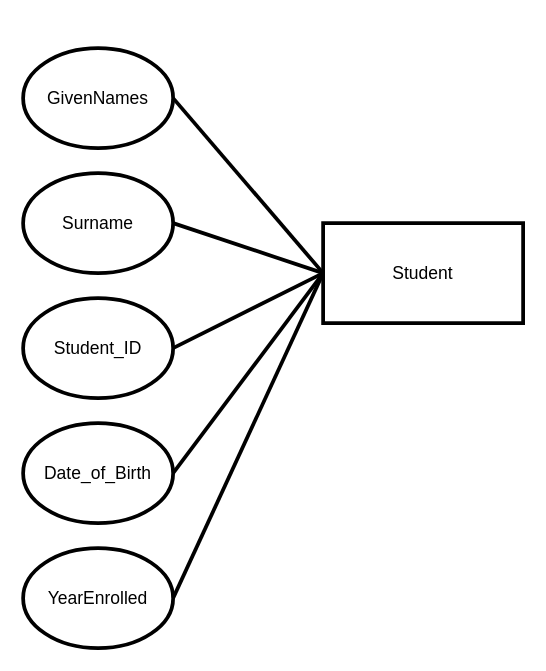
This is Untitled Diagram.drawio from louiscklaw/draw-io-playlist, a draw.io file, before an edit. Source tidied: cells renumbered, new cells numbered last; positions are measured from the earlier drawing's top-left corner, leaving out a move shared by most shapes. Both pictures are drawn from the tidied source at 125%, with x=0, y=0 at pixel (22, 48).
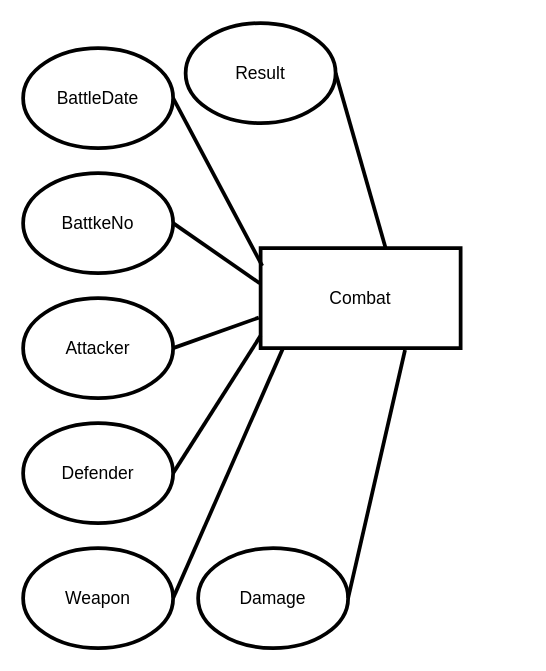
The same page after the edit.

Diff of the diagram source:
```diff
@@
 <mxGraphModel>
   <root>
     <mxCell id="0" />
     <mxCell id="1" parent="0" />
-    <mxCell id="2" value="GivenNames" style="ellipse;whiteSpace=wrap;html=1;fontSize=14;strokeWidth=3;" parent="1" vertex="1">
+    <mxCell id="2" value="BattleDate" style="ellipse;whiteSpace=wrap;html=1;fontSize=14;strokeWidth=3;" parent="1" vertex="1">
       <mxGeometry width="120" height="80" as="geometry" />
     </mxCell>
-    <mxCell id="3" value="Surname" style="ellipse;whiteSpace=wrap;html=1;fontSize=14;strokeWidth=3;" parent="1" vertex="1">
+    <mxCell id="3" value="BattkeNo" style="ellipse;whiteSpace=wrap;html=1;fontSize=14;strokeWidth=3;" parent="1" vertex="1">
       <mxGeometry y="100" width="120" height="80" as="geometry" />
     </mxCell>
-    <mxCell id="4" value="Student_ID" style="ellipse;whiteSpace=wrap;html=1;fontSize=14;strokeWidth=3;" parent="1" vertex="1">
+    <mxCell id="4" value="Attacker" style="ellipse;whiteSpace=wrap;html=1;fontSize=14;strokeWidth=3;" parent="1" vertex="1">
       <mxGeometry y="200" width="120" height="80" as="geometry" />
     </mxCell>
-    <mxCell id="5" value="Date_of_Birth" style="ellipse;whiteSpace=wrap;html=1;fontSize=14;strokeWidth=3;" parent="1" vertex="1">
+    <mxCell id="5" value="Defender" style="ellipse;whiteSpace=wrap;html=1;fontSize=14;strokeWidth=3;" parent="1" vertex="1">
       <mxGeometry y="300" width="120" height="80" as="geometry" />
     </mxCell>
-    <mxCell id="6" value="YearEnrolled" style="ellipse;whiteSpace=wrap;html=1;fontSize=14;strokeWidth=3;" parent="1" vertex="1">
+    <mxCell id="6" value="Weapon" style="ellipse;whiteSpace=wrap;html=1;fontSize=14;strokeWidth=3;" parent="1" vertex="1">
       <mxGeometry y="400" width="120" height="80" as="geometry" />
     </mxCell>
-    <mxCell id="7" value="Student" style="rounded=0;whiteSpace=wrap;html=1;strokeWidth=3;fontSize=14;" parent="1" vertex="1">
-      <mxGeometry x="240" y="140" width="160" height="80" as="geometry" />
+    <mxCell id="7" value="Combat" style="rounded=0;whiteSpace=wrap;html=1;strokeWidth=3;fontSize=14;" parent="1" vertex="1">
+      <mxGeometry x="190" y="160" width="160" height="80" as="geometry" />
     </mxCell>
-    <mxCell id="8" style="endArrow=none;html=1;rounded=0;exitX=1;exitY=0.5;exitDx=0;exitDy=0;entryX=0;entryY=0.5;entryDx=0;entryDy=0;strokeWidth=3;" parent="1" edge="1" source="2" target="7">
-      <mxGeometry relative="1" as="geometry">
-        <Array as="points">
-          <mxPoint x="180" y="110" />
-        </Array>
-      </mxGeometry>
-    </mxCell>
-    <mxCell id="9" style="endArrow=none;html=1;rounded=0;exitX=1;exitY=0.5;exitDx=0;exitDy=0;strokeWidth=3;entryX=0;entryY=0.5;entryDx=0;entryDy=0;" parent="1" edge="1" source="3" target="7">
+    <mxCell id="9" style="endArrow=none;html=1;rounded=0;exitX=1;exitY=0.5;exitDx=0;exitDy=0;strokeWidth=3;entryX=-0.005;entryY=0.351;entryDx=0;entryDy=0;entryPerimeter=0;" parent="1" edge="1" source="3" target="7">
       <mxGeometry relative="1" as="geometry" />
     </mxCell>
-    <mxCell id="10" style="endArrow=none;html=1;rounded=0;exitX=1;exitY=0.5;exitDx=0;exitDy=0;strokeWidth=3;" parent="1" edge="1" source="4">
-      <mxGeometry relative="1" as="geometry">
-        <mxPoint x="240" y="180" as="targetPoint" />
-      </mxGeometry>
+    <mxCell id="10" style="endArrow=none;html=1;rounded=0;exitX=1;exitY=0.5;exitDx=0;exitDy=0;strokeWidth=3;entryX=-0.009;entryY=0.695;entryDx=0;entryDy=0;entryPerimeter=0;" parent="1" edge="1" source="4" target="7">
+      <mxGeometry relative="1" as="geometry" />
     </mxCell>
-    <mxCell id="11" style="endArrow=none;html=1;rounded=0;exitX=1;exitY=0.5;exitDx=0;exitDy=0;strokeWidth=3;entryX=0;entryY=0.5;entryDx=0;entryDy=0;" parent="1" edge="1" source="5" target="7">
+    <mxCell id="11" style="endArrow=none;html=1;rounded=0;exitX=1;exitY=0.5;exitDx=0;exitDy=0;strokeWidth=3;entryX=0;entryY=0.875;entryDx=0;entryDy=0;entryPerimeter=0;" parent="1" edge="1" source="5" target="7">
       <mxGeometry relative="1" as="geometry" />
     </mxCell>
-    <mxCell id="12" style="endArrow=none;html=1;rounded=0;exitX=1;exitY=0.5;exitDx=0;exitDy=0;strokeWidth=3;entryX=0;entryY=0.5;entryDx=0;entryDy=0;" parent="1" edge="1" source="6" target="7">
+    <mxCell id="12" style="endArrow=none;html=1;rounded=0;exitX=1;exitY=0.5;exitDx=0;exitDy=0;strokeWidth=3;entryX=0.11;entryY=1.01;entryDx=0;entryDy=0;entryPerimeter=0;" parent="1" edge="1" source="6" target="7">
       <mxGeometry relative="1" as="geometry" />
     </mxCell>
+    <mxCell id="8" style="endArrow=none;html=1;rounded=0;exitX=1;exitY=0.5;exitDx=0;exitDy=0;strokeWidth=3;entryX=0.008;entryY=0.177;entryDx=0;entryDy=0;entryPerimeter=0;" parent="1" edge="1" source="2" target="7">
+      <mxGeometry relative="1" as="geometry" />
+    </mxCell>
+    <mxCell id="13" value="Result" style="ellipse;whiteSpace=wrap;html=1;fontSize=14;strokeWidth=3;" parent="1" vertex="1">
+      <mxGeometry x="130" y="-20" width="120" height="80" as="geometry" />
+    </mxCell>
+    <mxCell id="14" style="endArrow=none;html=1;rounded=0;exitX=1;exitY=0.5;exitDx=0;exitDy=0;strokeWidth=3;entryX=0.627;entryY=0.014;entryDx=0;entryDy=0;entryPerimeter=0;" parent="1" edge="1" source="13" target="7">
+      <mxGeometry relative="1" as="geometry" />
+    </mxCell>
+    <mxCell id="15" value="Damage" style="ellipse;whiteSpace=wrap;html=1;fontSize=14;strokeWidth=3;" parent="1" vertex="1">
+      <mxGeometry x="140" y="400" width="120" height="80" as="geometry" />
+    </mxCell>
+    <mxCell id="16" style="endArrow=none;html=1;rounded=0;exitX=1;exitY=0.5;exitDx=0;exitDy=0;strokeWidth=3;entryX=0.722;entryY=1.019;entryDx=0;entryDy=0;entryPerimeter=0;" parent="1" edge="1" source="15" target="7">
+      <mxGeometry relative="1" as="geometry" />
+    </mxCell>
   </root>
 </mxGraphModel>
```
